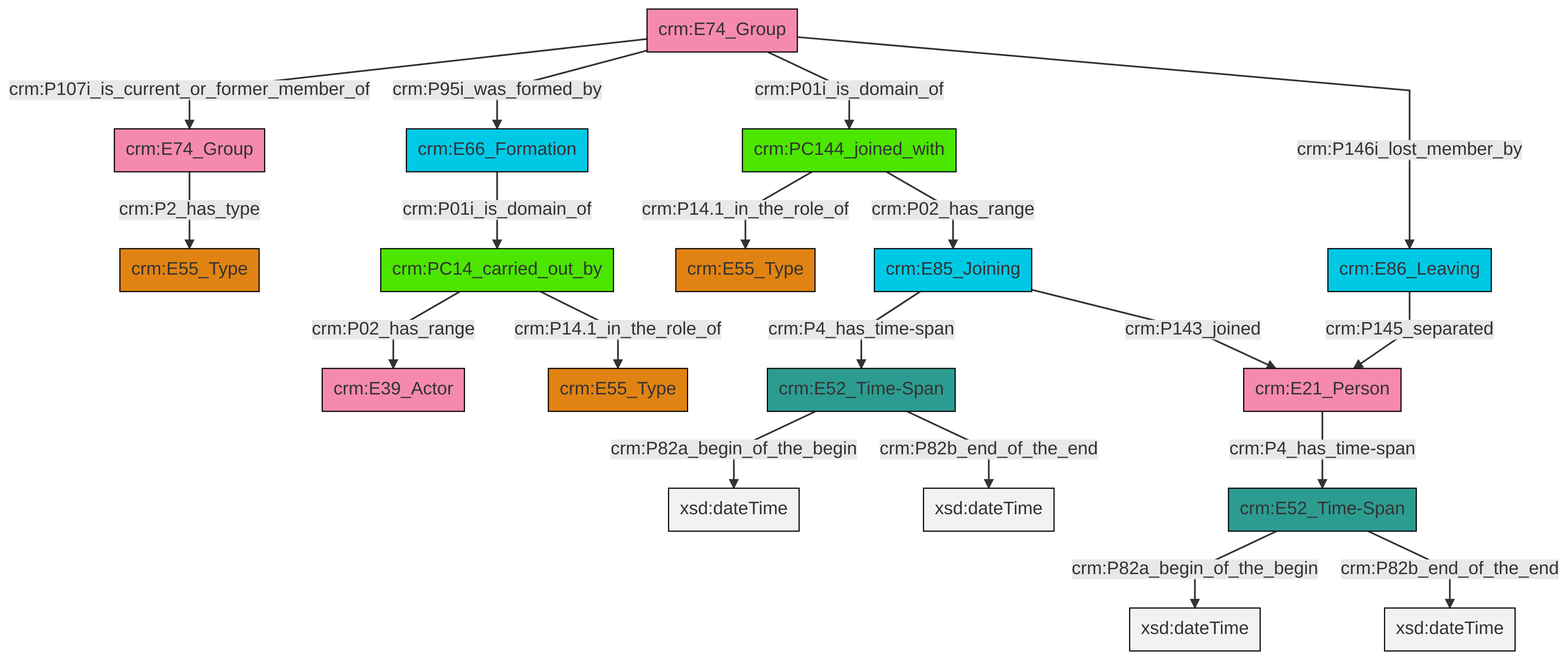
Before: et/groupCSV/ttl/mmd/png/group_actor_relations.png, a diagram exported from Mermaid (swiss-art-research-net/reference-data-models). Its source is kept beside it as et/groupCSV/ttl/mmd/group_actor_relations.ttl.mmd.
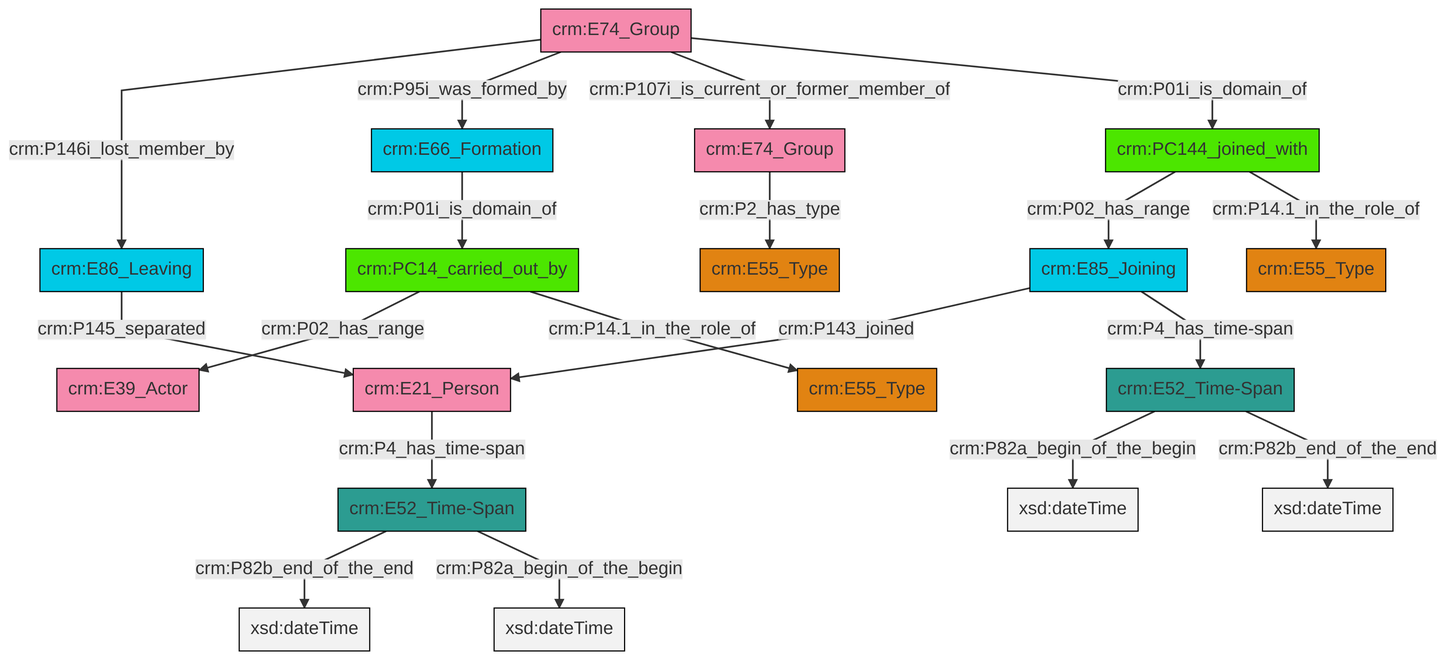
Later version of the same file.

Change to the diagram source:
```diff
@@ -13,21 +13,21 @@
 classDef PC_Classes fill:#4ce600, stroke:#000000;
 classDef Multi fill:#cccccc,stroke:#000000;
 
-2["crm:E52_Time-Span"]:::Time-Span -->|crm:P82a_begin_of_the_begin| 3[xsd:dateTime]:::Literal
-4["crm:E74_Group"]:::Actor -->|crm:P2_has_type| 5["crm:E55_Type"]:::Type
-7["crm:PC144_joined_with"]:::PC_Classes -->|crm:P14.1_in_the_role_of| 8["crm:E55_Type"]:::Type
-2["crm:E52_Time-Span"]:::Time-Span -->|crm:P82b_end_of_the_end| 9[xsd:dateTime]:::Literal
-7["crm:PC144_joined_with"]:::PC_Classes -->|crm:P02_has_range| 10["crm:E85_Joining"]:::Temporal_Entity
-11["crm:E74_Group"]:::Actor -->|crm:P107i_is_current_or_former_member_of| 4["crm:E74_Group"]:::Actor
-19["crm:E52_Time-Span"]:::Time-Span -->|crm:P82a_begin_of_the_begin| 20[xsd:dateTime]:::Literal
-10["crm:E85_Joining"]:::Temporal_Entity -->|crm:P4_has_time-span| 2["crm:E52_Time-Span"]:::Time-Span
-24["crm:PC14_carried_out_by"]:::PC_Classes -->|crm:P02_has_range| 17["crm:E39_Actor"]:::Actor
-15["crm:E21_Person"]:::Actor -->|crm:P4_has_time-span| 19["crm:E52_Time-Span"]:::Time-Span
-0["crm:E86_Leaving"]:::Temporal_Entity -->|crm:P145_separated| 15["crm:E21_Person"]:::Actor
-24["crm:PC14_carried_out_by"]:::PC_Classes -->|crm:P14.1_in_the_role_of| 21["crm:E55_Type"]:::Type
-10["crm:E85_Joining"]:::Temporal_Entity -->|crm:P143_joined| 15["crm:E21_Person"]:::Actor
-11["crm:E74_Group"]:::Actor -->|crm:P95i_was_formed_by| 28["crm:E66_Formation"]:::Temporal_Entity
-11["crm:E74_Group"]:::Actor -->|crm:P01i_is_domain_of| 7["crm:PC144_joined_with"]:::PC_Classes
-28["crm:E66_Formation"]:::Temporal_Entity -->|crm:P01i_is_domain_of| 24["crm:PC14_carried_out_by"]:::PC_Classes
-19["crm:E52_Time-Span"]:::Time-Span -->|crm:P82b_end_of_the_end| 32[xsd:dateTime]:::Literal
-11["crm:E74_Group"]:::Actor -->|crm:P146i_lost_member_by| 0["crm:E86_Leaving"]:::Temporal_Entity
+0["crm:PC144_joined_with"]:::PC_Classes -->|crm:P02_has_range| 1["crm:E85_Joining"]:::Temporal_Entity
+4["crm:E74_Group"]:::Actor -->|crm:P2_has_type| 2["crm:E55_Type"]:::Type
+5["crm:PC14_carried_out_by"]:::PC_Classes -->|crm:P02_has_range| 6["crm:E39_Actor"]:::Actor
+1["crm:E85_Joining"]:::Temporal_Entity -->|crm:P143_joined| 7["crm:E21_Person"]:::Actor
+10["crm:E74_Group"]:::Actor -->|crm:P146i_lost_member_by| 11["crm:E86_Leaving"]:::Temporal_Entity
+13["crm:E52_Time-Span"]:::Time-Span -->|crm:P82a_begin_of_the_begin| 15[xsd:dateTime]:::Literal
+17["crm:E52_Time-Span"]:::Time-Span -->|crm:P82b_end_of_the_end| 18[xsd:dateTime]:::Literal
+13["crm:E52_Time-Span"]:::Time-Span -->|crm:P82b_end_of_the_end| 19[xsd:dateTime]:::Literal
+0["crm:PC144_joined_with"]:::PC_Classes -->|crm:P14.1_in_the_role_of| 8["crm:E55_Type"]:::Type
+17["crm:E52_Time-Span"]:::Time-Span -->|crm:P82a_begin_of_the_begin| 20[xsd:dateTime]:::Literal
+11["crm:E86_Leaving"]:::Temporal_Entity -->|crm:P145_separated| 7["crm:E21_Person"]:::Actor
+10["crm:E74_Group"]:::Actor -->|crm:P95i_was_formed_by| 25["crm:E66_Formation"]:::Temporal_Entity
+10["crm:E74_Group"]:::Actor -->|crm:P107i_is_current_or_former_member_of| 4["crm:E74_Group"]:::Actor
+7["crm:E21_Person"]:::Actor -->|crm:P4_has_time-span| 17["crm:E52_Time-Span"]:::Time-Span
+5["crm:PC14_carried_out_by"]:::PC_Classes -->|crm:P14.1_in_the_role_of| 23["crm:E55_Type"]:::Type
+10["crm:E74_Group"]:::Actor -->|crm:P01i_is_domain_of| 0["crm:PC144_joined_with"]:::PC_Classes
+25["crm:E66_Formation"]:::Temporal_Entity -->|crm:P01i_is_domain_of| 5["crm:PC14_carried_out_by"]:::PC_Classes
+1["crm:E85_Joining"]:::Temporal_Entity -->|crm:P4_has_time-span| 13["crm:E52_Time-Span"]:::Time-Span
```
